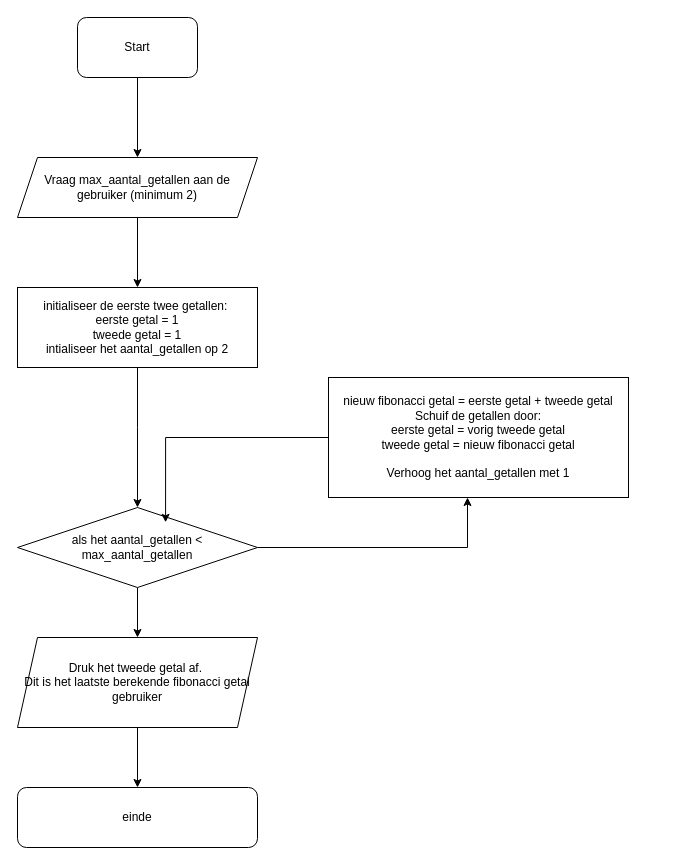
The draw.io diagram Fibonacci.drawio in Gvandezande/DrawIO_tekeningen, before the edit. Source tidied: cells renumbered, new cells numbered last; positions are measured from the earlier drawing's top-left corner, leaving out a move shared by most shapes. Both pictures are drawn from the tidied source at 100%, with x=0, y=0 at pixel (17, 17).
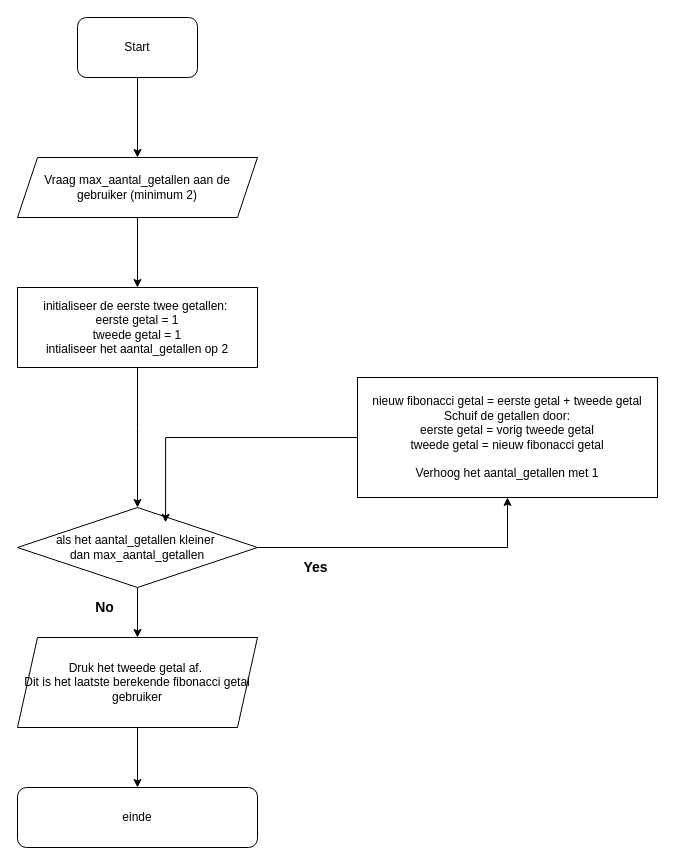
The same diagram, later.

What changed in the source:
```diff
@@
-    <mxCell id="6" style="edgeStyle=orthogonalEdgeStyle;rounded=0;jettySize=auto;html=1;" parent="1" edge="1" source="8" target="10">
-      <mxGeometry relative="1" as="geometry">
-        <Array as="points">
-          <mxPoint x="450" y="530" />
-        </Array>
-      </mxGeometry>
-    </mxCell>
@@
-    <mxCell id="8" value="als het aantal_getallen &amp;lt; max_aantal_getallen" style="rhombus;whiteSpace=wrap;html=1;" parent="1" vertex="1">
+    <mxCell id="8" value="als het aantal_getallen kleiner&amp;nbsp;&lt;div&gt;dan&lt;span style=&quot;background-color: initial;&quot;&gt;&amp;nbsp;&lt;/span&gt;&lt;span style=&quot;background-color: initial;&quot;&gt;max_aantal_getallen&lt;/span&gt;&lt;/div&gt;" style="rhombus;whiteSpace=wrap;html=1;" parent="1" vertex="1">
       <mxGeometry y="490" width="240" height="80" as="geometry" />
     </mxCell>
@@
     <mxCell id="10" value="nieuw fibonacci getal = eerste getal + tweede getal&lt;div&gt;Schuif de getallen door:&lt;/div&gt;&lt;div&gt;eerste getal = vorig tweede getal&lt;/div&gt;&lt;div&gt;tweede getal = nieuw fibonacci getal&lt;/div&gt;&lt;div&gt;&lt;br&gt;&lt;/div&gt;&lt;div&gt;Verhoog het aantal_getallen met 1&lt;/div&gt;" style="rounded=0;whiteSpace=wrap;html=1;" parent="1" vertex="1">
-      <mxGeometry x="311" y="360" width="300" height="120" as="geometry" />
+      <mxGeometry x="340" y="360" width="300" height="120" as="geometry" />
     </mxCell>
@@
+    <mxCell id="16" value="No" style="edgeLabel;html=1;align=center;verticalAlign=middle;fontStyle=1;fontSize=14;" parent="1" vertex="1">
+      <mxGeometry x="250" y="190" as="geometry">
+        <mxPoint x="-164" y="399" as="offset" />
+      </mxGeometry>
+    </mxCell>
+    <mxCell id="17" value="Yes" style="edgeLabel;html=1;align=center;verticalAlign=middle;fontStyle=1;fontSize=14;" parent="1" vertex="1">
+      <mxGeometry x="461" y="150" as="geometry">
+        <mxPoint x="-164" y="399" as="offset" />
+      </mxGeometry>
+    </mxCell>
+    <mxCell id="6" style="edgeStyle=orthogonalEdgeStyle;rounded=0;jettySize=auto;html=1;exitX=1;exitY=0.5;exitDx=0;exitDy=0;entryX=0.5;entryY=1;entryDx=0;entryDy=0;" parent="1" edge="1" source="8" target="10">
+      <mxGeometry relative="1" as="geometry" />
+    </mxCell>
```
